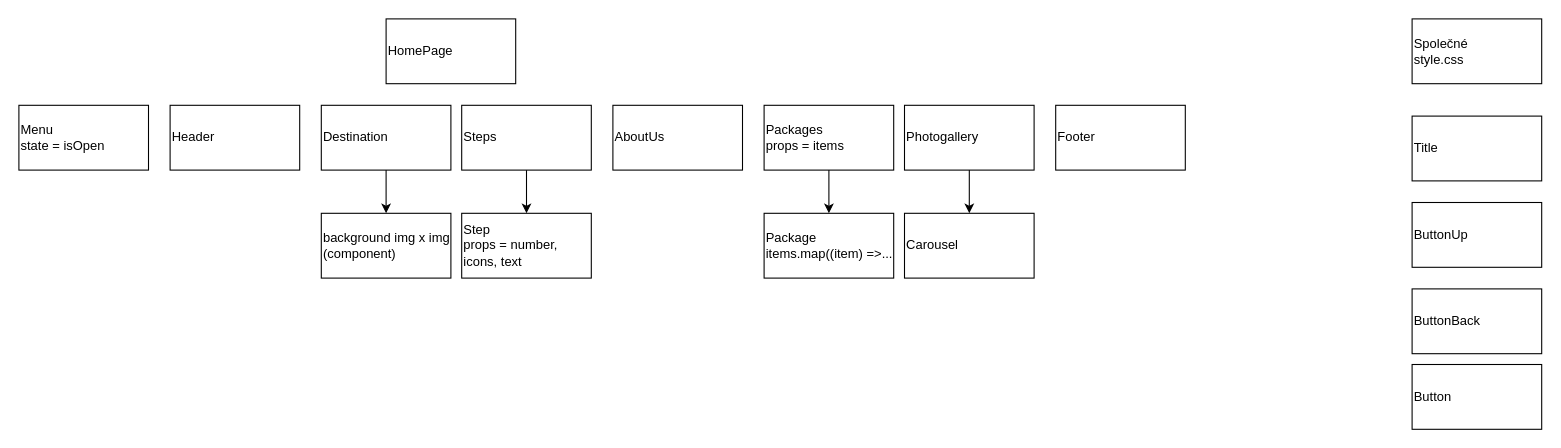
This is diagram.drawio from klauberovas/ZP-wedding-destination, a draw.io file, before an edit. Source tidied: cells renumbered, new cells numbered last; positions are measured from the earlier drawing's top-left corner, leaving out a move shared by most shapes. Both pictures are drawn from the tidied source at 108%, with x=0, y=0 at pixel (18, 18).
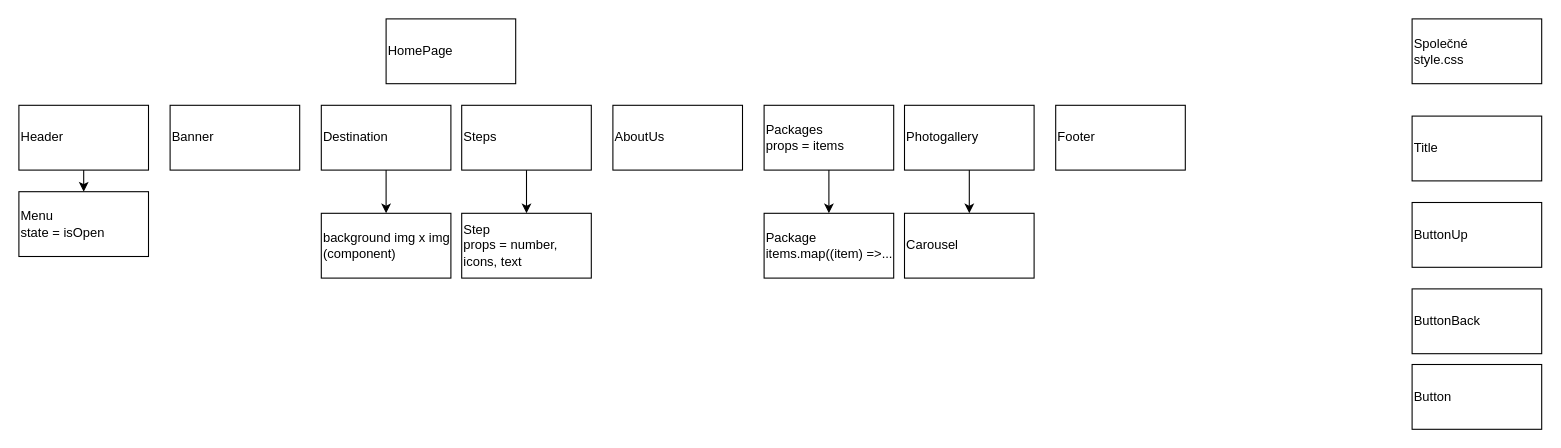
The same diagram, later.

What changed in the source:
```diff
@@
+    <mxCell id="24" style="edgeStyle=none;html=1;" parent="1" edge="1" source="3" target="25">
+      <mxGeometry relative="1" as="geometry" />
+    </mxCell>
-    <mxCell id="3" value="Menu&lt;br&gt;state = isOpen" style="rounded=0;whiteSpace=wrap;html=1;align=left;" parent="1" vertex="1">
+    <mxCell id="3" value="Header&lt;br&gt;" style="rounded=0;whiteSpace=wrap;html=1;align=left;" parent="1" vertex="1">
       <mxGeometry y="80" width="120" height="60" as="geometry" />
     </mxCell>
-    <mxCell id="4" value="Header" style="rounded=0;whiteSpace=wrap;html=1;align=left;" parent="1" vertex="1">
+    <mxCell id="4" value="Banner" style="rounded=0;whiteSpace=wrap;html=1;align=left;" parent="1" vertex="1">
       <mxGeometry x="140" y="80" width="120" height="60" as="geometry" />
     </mxCell>
@@
+    <mxCell id="25" value="Menu&lt;br&gt;state = isOpen" style="rounded=0;whiteSpace=wrap;html=1;align=left;" parent="1" vertex="1">
+      <mxGeometry y="160" width="120" height="60" as="geometry" />
+    </mxCell>
```
